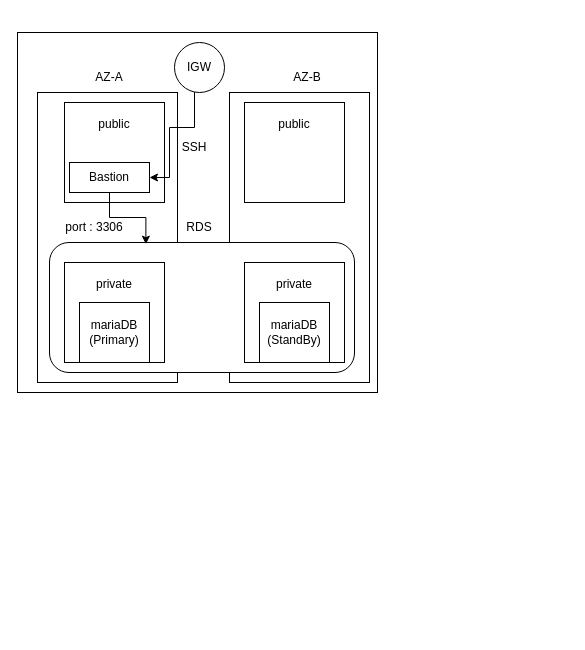
kjin0204/draw.io keeps this draw.io diagram as process/RDS 아키텍처.drawio. Above is the earlier version. Source tidied: cells renumbered, new cells numbered last; positions are measured from the earlier drawing's top-left corner, leaving out a move shared by most shapes. Both pictures are drawn from the tidied source at 100%, with x=0, y=0 at pixel (17, 32).
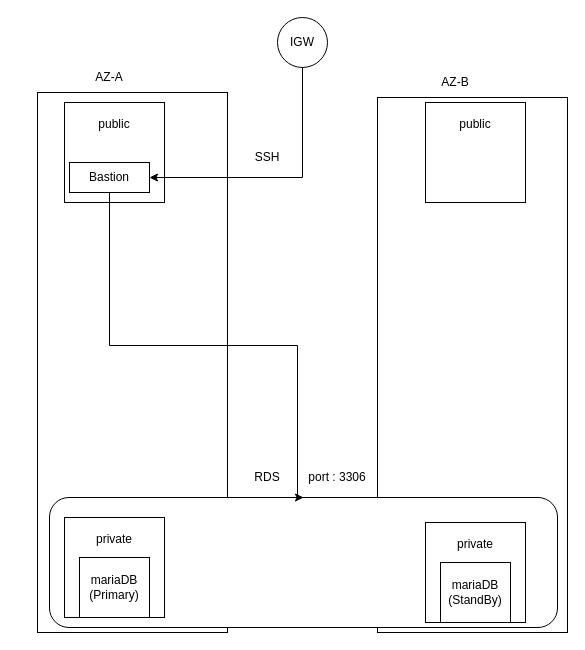
After the change.

Commit message:
RDS 아키텍처.drawio 업데이트

Unchanged cells that the change refers to:
```xml
<mxCell id="14" value="Bastion" style="rounded=0;whiteSpace=wrap;html=1;" parent="1" vertex="1">
  <mxGeometry x="52" y="130" width="80" height="30" as="geometry" />
</mxCell>
```

What changed in the source:
```diff
@@
-    <mxCell id="2" style="whiteSpace=wrap;html=1;" parent="1" vertex="1">
-      <mxGeometry width="360" height="360" as="geometry" />
-    </mxCell>
     <mxCell id="3" style="rounded=0;whiteSpace=wrap;html=1;" parent="1" vertex="1">
-      <mxGeometry x="212" y="60" width="140" height="290" as="geometry" />
+      <mxGeometry x="360" y="65" width="190" height="535" as="geometry" />
     </mxCell>
     <mxCell id="4" style="rounded=0;whiteSpace=wrap;html=1;" parent="1" vertex="1">
-      <mxGeometry x="20" y="60" width="140" height="290" as="geometry" />
+      <mxGeometry x="20" y="60" width="190" height="540" as="geometry" />
     </mxCell>
     <mxCell id="5" style="rounded=1;whiteSpace=wrap;html=1;" parent="1" vertex="1">
-      <mxGeometry x="32" y="210" width="305" height="130" as="geometry" />
+      <mxGeometry x="32" y="465" width="508" height="130" as="geometry" />
     </mxCell>
@@
     <mxCell id="7" value="public&lt;div&gt;&lt;br&gt;&lt;/div&gt;&lt;div&gt;&lt;br&gt;&lt;/div&gt;&lt;div&gt;&lt;br&gt;&lt;/div&gt;&lt;div&gt;&lt;br&gt;&lt;/div&gt;" style="whiteSpace=wrap;html=1;" parent="1" vertex="1">
-      <mxGeometry x="227" y="70" width="100" height="100" as="geometry" />
+      <mxGeometry x="408" y="70" width="100" height="100" as="geometry" />
     </mxCell>
-    <mxCell id="8" style="edgeStyle=orthogonalEdgeStyle;rounded=0;jettySize=auto;html=1;entryX=1;entryY=0.5;entryDx=0;entryDy=0;" parent="1" edge="1" source="9" target="14">
+    <mxCell id="8" style="edgeStyle=orthogonalEdgeStyle;rounded=0;jettySize=auto;html=1;entryX=1;entryY=0.5;entryDx=0;entryDy=0;exitX=0.5;exitY=1;exitDx=0;exitDy=0;" parent="1" edge="1" source="9" target="14">
       <mxGeometry relative="1" as="geometry">
         <Array as="points">
-          <mxPoint x="177" y="95" />
-          <mxPoint x="152" y="95" />
-          <mxPoint x="152" y="145" />
+          <mxPoint x="285" y="145" />
         </Array>
       </mxGeometry>
     </mxCell>
     <mxCell id="9" value="IGW" style="ellipse;whiteSpace=wrap;html=1;" parent="1" vertex="1">
-      <mxGeometry x="157" y="10" width="50" height="50" as="geometry" />
+      <mxGeometry x="260" y="-15" width="50" height="50" as="geometry" />
     </mxCell>
     <mxCell id="10" value="private&lt;div&gt;&lt;br&gt;&lt;/div&gt;&lt;div&gt;&lt;br&gt;&lt;/div&gt;&lt;div&gt;&lt;br&gt;&lt;/div&gt;&lt;div&gt;&lt;br&gt;&lt;/div&gt;" style="whiteSpace=wrap;html=1;" parent="1" vertex="1">
-      <mxGeometry x="47" y="230" width="100" height="100" as="geometry" />
+      <mxGeometry x="47" y="485" width="100" height="100" as="geometry" />
     </mxCell>
     <mxCell id="11" value="private&lt;div&gt;&lt;br&gt;&lt;/div&gt;&lt;div&gt;&lt;br&gt;&lt;/div&gt;&lt;div&gt;&lt;br&gt;&lt;/div&gt;&lt;div&gt;&lt;br&gt;&lt;/div&gt;" style="whiteSpace=wrap;html=1;" parent="1" vertex="1">
-      <mxGeometry x="227" y="230" width="100" height="100" as="geometry" />
+      <mxGeometry x="408" y="490" width="100" height="100" as="geometry" />
     </mxCell>
     <mxCell id="12" value="RDS" style="text;html=1;whiteSpace=wrap;strokeColor=none;fillColor=none;align=center;verticalAlign=middle;rounded=0;" parent="1" vertex="1">
-      <mxGeometry x="152" y="180" width="60" height="30" as="geometry" />
+      <mxGeometry x="220" y="430" width="60" height="30" as="geometry" />
     </mxCell>
-    <mxCell id="13" style="edgeStyle=orthogonalEdgeStyle;rounded=0;jettySize=auto;html=1;entryX=0.316;entryY=0.013;entryDx=0;entryDy=0;entryPerimeter=0;" parent="1" edge="1" source="14" target="5">
-      <mxGeometry relative="1" as="geometry" />
+    <mxCell id="13" style="edgeStyle=orthogonalEdgeStyle;rounded=0;jettySize=auto;html=1;entryX=0.5;entryY=0;entryDx=0;entryDy=0;" parent="1" edge="1" source="14" target="5">
+      <mxGeometry relative="1" as="geometry">
+        <Array as="points">
+          <mxPoint x="92" y="313" />
+          <mxPoint x="280" y="313" />
+          <mxPoint x="280" y="465" />
+        </Array>
+      </mxGeometry>
     </mxCell>
@@
     <mxCell id="15" value="SSH" style="text;html=1;whiteSpace=wrap;strokeColor=none;fillColor=none;align=center;verticalAlign=middle;rounded=0;" parent="1" vertex="1">
-      <mxGeometry x="147" y="100" width="60" height="30" as="geometry" />
+      <mxGeometry x="220" y="110" width="60" height="30" as="geometry" />
     </mxCell>
     <mxCell id="16" value="port : 3306" style="text;html=1;whiteSpace=wrap;strokeColor=none;fillColor=none;align=center;verticalAlign=middle;rounded=0;" parent="1" vertex="1">
-      <mxGeometry x="47" y="180" width="60" height="30" as="geometry" />
+      <mxGeometry x="290" y="430" width="60" height="30" as="geometry" />
     </mxCell>
@@
     <mxCell id="18" value="AZ-B" style="text;html=1;whiteSpace=wrap;strokeColor=none;fillColor=none;align=center;verticalAlign=middle;rounded=0;" parent="1" vertex="1">
-      <mxGeometry x="260" y="30" width="60" height="30" as="geometry" />
+      <mxGeometry x="408" y="35" width="60" height="30" as="geometry" />
     </mxCell>
     <mxCell id="19" value="mariaDB&lt;div&gt;(Primary)&lt;br&gt;&lt;/div&gt;" style="rounded=0;whiteSpace=wrap;html=1;" parent="1" vertex="1">
-      <mxGeometry x="62" y="270" width="70" height="60" as="geometry" />
+      <mxGeometry x="62" y="525" width="70" height="60" as="geometry" />
     </mxCell>
     <mxCell id="20" value="mariaDB&lt;div&gt;(StandBy)&lt;br&gt;&lt;/div&gt;" style="rounded=0;whiteSpace=wrap;html=1;" parent="1" vertex="1">
-      <mxGeometry x="242" y="270" width="70" height="60" as="geometry" />
+      <mxGeometry x="423" y="530" width="70" height="60" as="geometry" />
     </mxCell>
```
